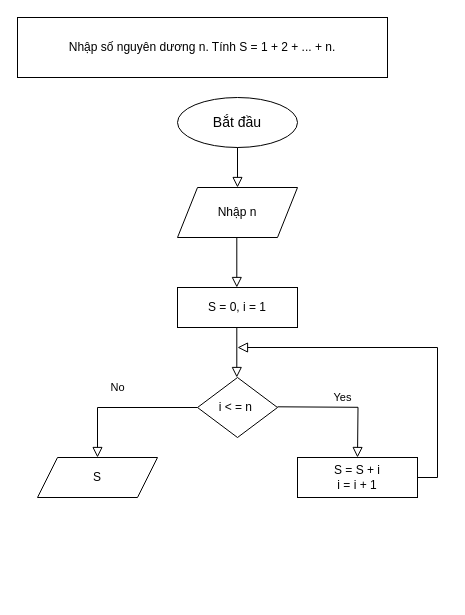
Earlier version of the draw.io diagram Bài2.drawio (qmy03/NMLT). Source tidied: cells renumbered, new cells numbered last; positions are measured from the earlier drawing's top-left corner, leaving out a move shared by most shapes. Both pictures are drawn from the tidied source at 100%, with x=0, y=0 at pixel (17, 17).
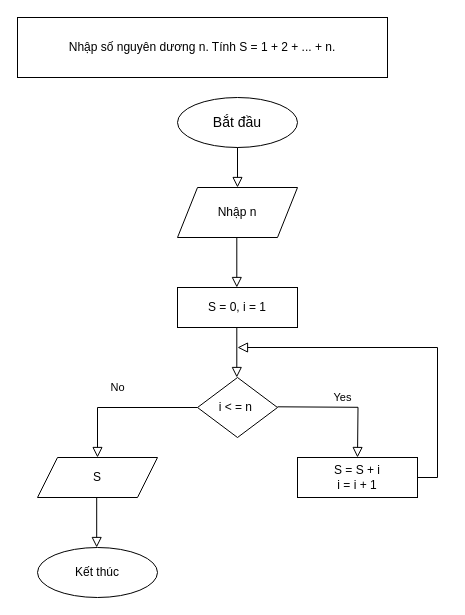
After the change.

Diff of the diagram source:
```diff
@@
+    <mxCell id="15" value="Kết thúc" style="ellipse;whiteSpace=wrap;html=1;" parent="1" vertex="1">
+      <mxGeometry x="20" y="530" width="120" height="50" as="geometry" />
+    </mxCell>
+    <mxCell id="16" style="rounded=0;html=1;jettySize=auto;orthogonalLoop=1;fontSize=11;endArrow=block;endFill=0;endSize=8;strokeWidth=1;shadow=0;labelBackgroundColor=none;edgeStyle=orthogonalEdgeStyle;" parent="1" edge="1">
+      <mxGeometry relative="1" as="geometry">
+        <mxPoint x="79.2" y="480" as="sourcePoint" />
+        <mxPoint x="79.2" y="530" as="targetPoint" />
+      </mxGeometry>
+    </mxCell>
```
